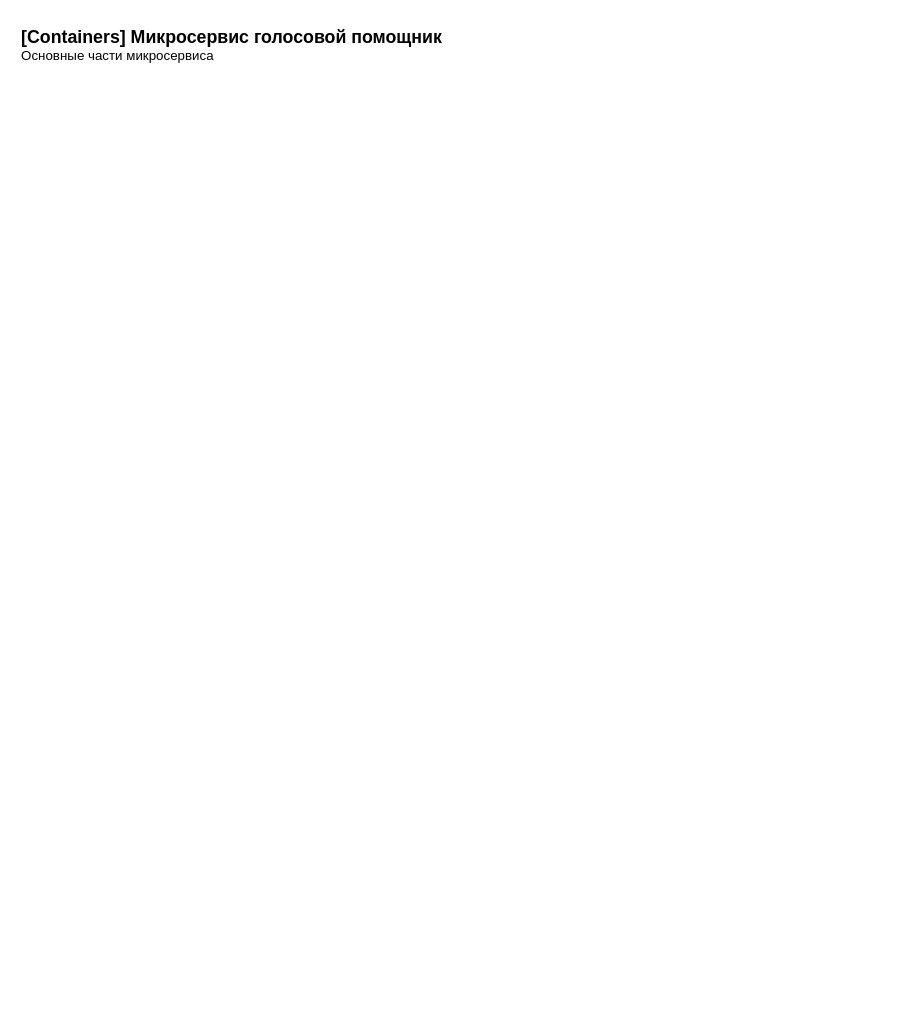
mkosinov/practicum_graduate_work keeps this draw.io diagram as page "Container" (4 of 5) of docs/assistant.drawio. Above is the earlier version. Source tidied: cells renumbered, new cells numbered last; positions are measured from the earlier drawing's top-left corner, leaving out a move shared by most shapes. Both pictures are drawn from the tidied source at 111%, with x=0, y=0 at pixel (19, 19).
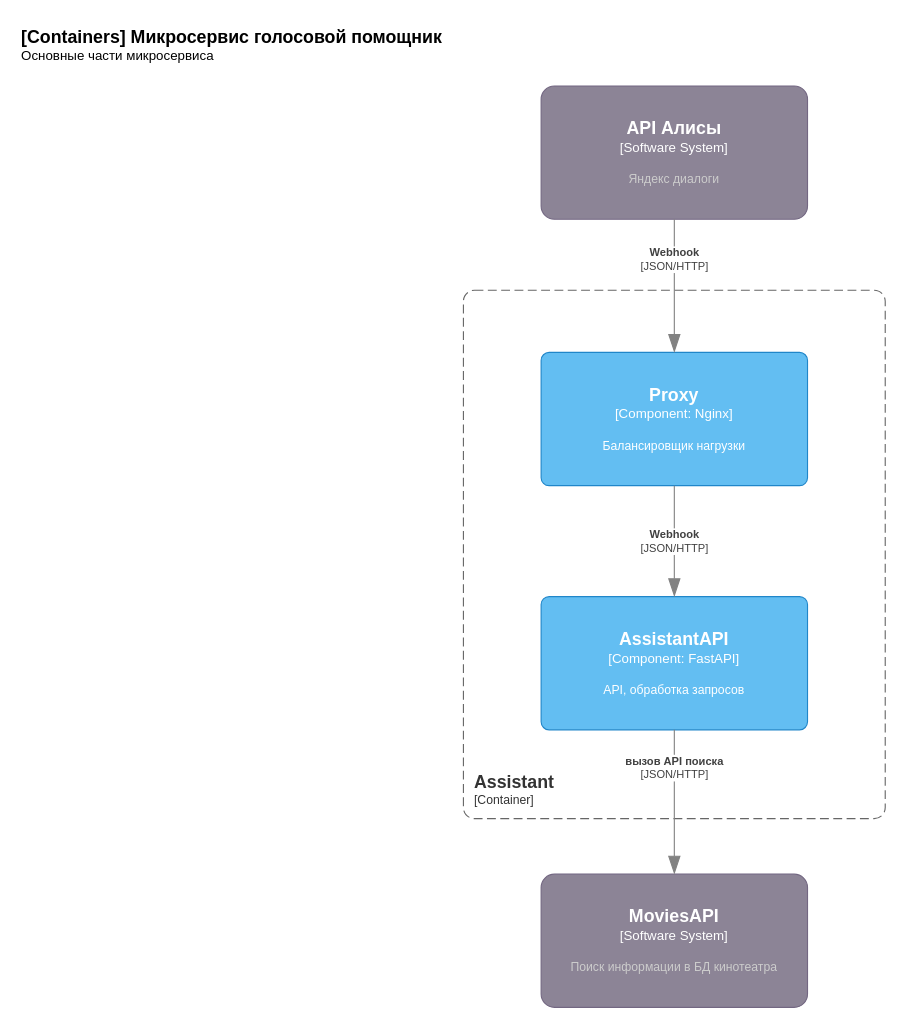
Above is the later version.

The edit, as a diff of the source:
```diff
@@
 <mxGraphModel>
   <root>
     <mxCell id="0" />
     <mxCell id="1" parent="0" />
     <object id="2" label="&lt;font style=&quot;font-size: 16px&quot;&gt;&lt;b&gt;&lt;div style=&quot;text-align: left&quot;&gt;%c4Name%&lt;/div&gt;&lt;/b&gt;&lt;/font&gt;&lt;div style=&quot;text-align: left&quot;&gt;%c4Description%&lt;/div&gt;" c4Description="Основные части микросервиса" c4Name="[Containers] Микросервис голосовой помощник" placeholders="1">
       <mxCell style="text;html=1;strokeColor=none;fillColor=none;align=left;verticalAlign=top;whiteSpace=wrap;rounded=0;" parent="1" vertex="1">
         <mxGeometry width="400" height="40" as="geometry" />
       </mxCell>
     </object>
+    <object id="3" label="&lt;font style=&quot;font-size: 16px&quot;&gt;&lt;b&gt;%c4Name%&lt;/b&gt;&lt;/font&gt;&lt;div&gt;[%c4Type%]&lt;/div&gt;&lt;br&gt;&lt;div&gt;&lt;font style=&quot;font-size: 11px&quot;&gt;&lt;font color=&quot;#cccccc&quot;&gt;%c4Description%&lt;/font&gt;&lt;/div&gt;" c4Description="Яндекс диалоги" c4Name="API Алисы" c4Type="Software System" placeholders="1">
+      <mxCell style="rounded=1;whiteSpace=wrap;html=1;labelBackgroundColor=none;fillColor=#8C8496;fontColor=#ffffff;align=center;arcSize=10;strokeColor=#736782;points=[[0.25,0,0],[0.5,0,0],[0.75,0,0],[1,0.25,0],[1,0.5,0],[1,0.75,0],[0.75,1,0],[0.5,1,0],[0.25,1,0],[0,0.75,0],[0,0.5,0],[0,0.25,0]];" parent="1" vertex="1">
+        <mxGeometry x="470" y="60" width="240" height="120" as="geometry" />
+      </mxCell>
+    </object>
+    <object id="4" label="&lt;font style=&quot;font-size: 16px&quot;&gt;&lt;b&gt;&lt;div style=&quot;text-align: left&quot;&gt;%c4Name%&lt;/div&gt;&lt;/b&gt;&lt;/font&gt;&lt;div style=&quot;text-align: left&quot;&gt;[%c4Application%]&lt;/div&gt;" c4Application="Container" c4Name="Assistant" placeholders="1">
+      <mxCell style="rounded=1;fontSize=11;whiteSpace=wrap;html=1;dashed=1;arcSize=20;fillColor=none;strokeColor=#666666;fontColor=#333333;labelBackgroundColor=none;align=left;verticalAlign=bottom;labelBorderColor=none;spacingTop=0;spacing=10;dashPattern=8 4;perimeter=rectanglePerimeter;noLabel=0;labelPadding=0;absoluteArcSize=1;" parent="1" vertex="1">
+        <mxGeometry x="400" y="244" width="380" height="476" as="geometry" />
+      </mxCell>
+    </object>
+    <object id="5" label="&lt;font style=&quot;font-size: 16px&quot;&gt;&lt;b&gt;%c4Name%&lt;/b&gt;&lt;/font&gt;&lt;div&gt;[%c4Type%: %c4Technology%]&lt;/div&gt;&lt;br&gt;&lt;div&gt;&lt;font style=&quot;font-size: 11px&quot;&gt;%c4Description%&lt;/font&gt;&lt;/div&gt;" c4Description="Балансировщик нагрузки" c4Name="Proxy" c4Technology="Nginx" c4Type="Component" placeholders="1">
+      <mxCell style="rounded=1;whiteSpace=wrap;html=1;labelBackgroundColor=none;fillColor=#63BEF2;fontColor=#ffffff;align=center;arcSize=6;strokeColor=#2086C9;points=[[0.25,0,0],[0.5,0,0],[0.75,0,0],[1,0.25,0],[1,0.5,0],[1,0.75,0],[0.75,1,0],[0.5,1,0],[0.25,1,0],[0,0.75,0],[0,0.5,0],[0,0.25,0]];" parent="1" vertex="1">
+        <mxGeometry x="470" y="300" width="240" height="120" as="geometry" />
+      </mxCell>
+    </object>
+    <object id="6" label="&lt;font style=&quot;font-size: 16px&quot;&gt;&lt;b&gt;%c4Name%&lt;/b&gt;&lt;/font&gt;&lt;div&gt;[%c4Type%: %c4Technology%]&lt;/div&gt;&lt;br&gt;&lt;div&gt;&lt;font style=&quot;font-size: 11px&quot;&gt;%c4Description%&lt;/font&gt;&lt;/div&gt;" c4Description="API, обработка запросов" c4Name="AssistantAPI" c4Technology="FastAPI" c4Type="Component" placeholders="1">
+      <mxCell style="rounded=1;whiteSpace=wrap;html=1;labelBackgroundColor=none;fillColor=#63BEF2;fontColor=#ffffff;align=center;arcSize=6;strokeColor=#2086C9;points=[[0.25,0,0],[0.5,0,0],[0.75,0,0],[1,0.25,0],[1,0.5,0],[1,0.75,0],[0.75,1,0],[0.5,1,0],[0.25,1,0],[0,0.75,0],[0,0.5,0],[0,0.25,0]];" parent="1" vertex="1">
+        <mxGeometry x="470" y="520" width="240" height="120" as="geometry" />
+      </mxCell>
+    </object>
+    <object id="7" label="&lt;div style=&quot;text-align: left&quot;&gt;&lt;div style=&quot;text-align: center&quot;&gt;&lt;b&gt;%c4Description%&lt;/b&gt;&lt;/div&gt;&lt;div style=&quot;text-align: center&quot;&gt;[%c4Technology%]&lt;/div&gt;&lt;/div&gt;" c4Description="Webhook" c4Technology="JSON/HTTP" placeholders="1">
+      <mxCell style="endArrow=blockThin;html=1;fontSize=10;fontColor=#404040;strokeWidth=1;endFill=1;strokeColor=#828282;elbow=vertical;endSize=14;startSize=14;jumpStyle=arc;jumpSize=16;rounded=0;edgeStyle=orthogonalEdgeStyle;exitX=0.5;exitY=1;exitDx=0;exitDy=0;exitPerimeter=0;entryX=0.5;entryY=0;entryDx=0;entryDy=0;entryPerimeter=0;" parent="1" edge="1" source="3" target="5">
+        <mxGeometry x="-0.4" relative="1" as="geometry" />
+      </mxCell>
+    </object>
+    <object id="8" label="&lt;div style=&quot;text-align: left&quot;&gt;&lt;div style=&quot;text-align: center&quot;&gt;&lt;b&gt;%c4Description%&lt;/b&gt;&lt;/div&gt;&lt;div style=&quot;text-align: center&quot;&gt;[%c4Technology%]&lt;/div&gt;&lt;/div&gt;" c4Description="Webhook" c4Technology="JSON/HTTP" placeholders="1">
+      <mxCell style="endArrow=blockThin;html=1;fontSize=10;fontColor=#404040;strokeWidth=1;endFill=1;strokeColor=#828282;elbow=vertical;endSize=14;startSize=14;jumpStyle=arc;jumpSize=16;rounded=0;edgeStyle=orthogonalEdgeStyle;exitX=0.5;exitY=1;exitDx=0;exitDy=0;exitPerimeter=0;entryX=0.5;entryY=0;entryDx=0;entryDy=0;entryPerimeter=0;" parent="1" edge="1" source="5" target="6">
+        <mxGeometry relative="1" as="geometry" />
+      </mxCell>
+    </object>
+    <object id="9" label="&lt;font style=&quot;font-size: 16px&quot;&gt;&lt;b&gt;%c4Name%&lt;/b&gt;&lt;/font&gt;&lt;div&gt;[%c4Type%]&lt;/div&gt;&lt;br&gt;&lt;div&gt;&lt;font style=&quot;font-size: 11px&quot;&gt;&lt;font color=&quot;#cccccc&quot;&gt;%c4Description%&lt;/font&gt;&lt;/div&gt;" c4Description="Поиск информации в БД кинотеатра" c4Name="MoviesAPI" c4Type="Software System" placeholders="1">
+      <mxCell style="rounded=1;whiteSpace=wrap;html=1;labelBackgroundColor=none;fillColor=#8C8496;fontColor=#ffffff;align=center;arcSize=10;strokeColor=#736782;points=[[0.25,0,0],[0.5,0,0],[0.75,0,0],[1,0.25,0],[1,0.5,0],[1,0.75,0],[0.75,1,0],[0.5,1,0],[0.25,1,0],[0,0.75,0],[0,0.5,0],[0,0.25,0]];" parent="1" vertex="1">
+        <mxGeometry x="470" y="770" width="240" height="120" as="geometry" />
+      </mxCell>
+    </object>
+    <object id="10" label="&lt;div style=&quot;text-align: left&quot;&gt;&lt;div style=&quot;text-align: center&quot;&gt;&lt;b&gt;%c4Description%&lt;/b&gt;&lt;/div&gt;&lt;div style=&quot;text-align: center&quot;&gt;[%c4Technology%]&lt;/div&gt;&lt;/div&gt;" c4Description="вызов API поиска" c4Technology="JSON/HTTP" placeholders="1">
+      <mxCell style="endArrow=blockThin;html=1;fontSize=10;fontColor=#404040;strokeWidth=1;endFill=1;strokeColor=#828282;elbow=vertical;endSize=14;startSize=14;jumpStyle=arc;jumpSize=16;rounded=0;edgeStyle=orthogonalEdgeStyle;exitX=0.5;exitY=1;exitDx=0;exitDy=0;exitPerimeter=0;entryX=0.5;entryY=0;entryDx=0;entryDy=0;entryPerimeter=0;" parent="1" edge="1" source="6" target="9">
+        <mxGeometry x="-0.47" relative="1" as="geometry" />
+      </mxCell>
+    </object>
   </root>
 </mxGraphModel>
```
